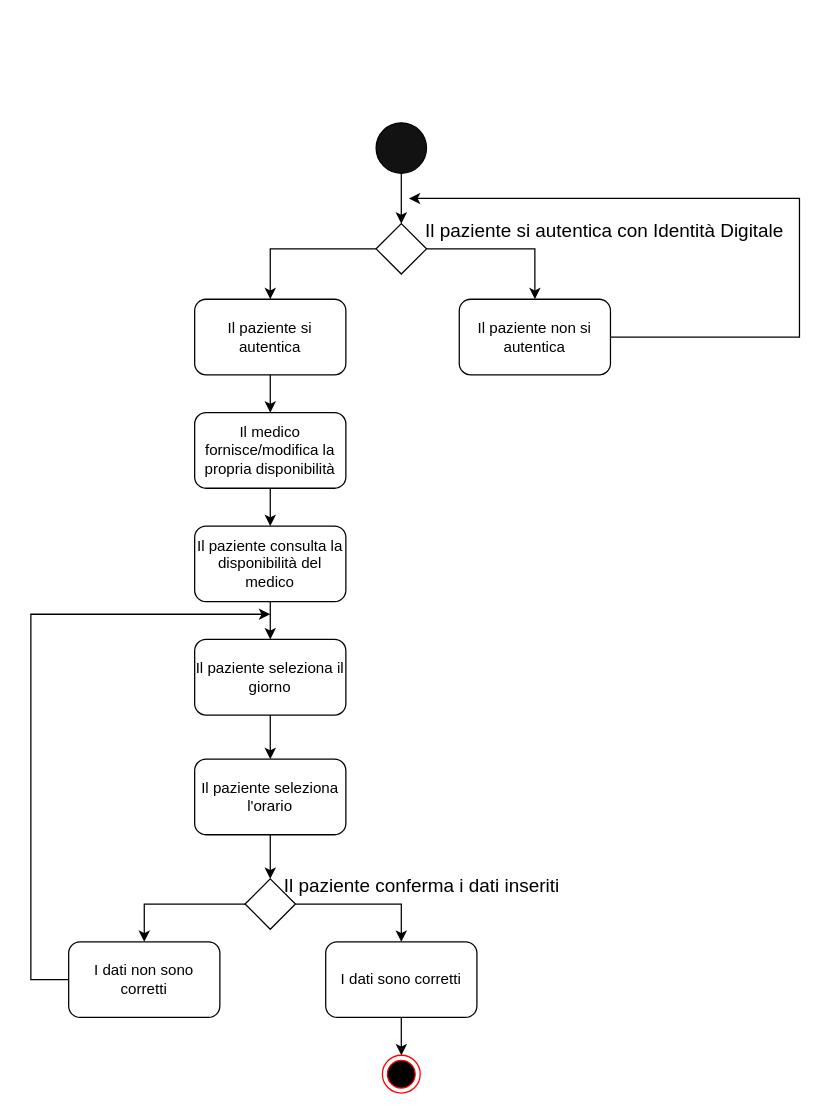
The draw.io diagram page "activity" (2 of 5) of DiagrammiMedSync.drawio in frncscrlnd/MedSync-Sistema-di-Gestione-Appuntamenti-e-Documentazione-Medica, before the edit. Source tidied: cells renumbered, new cells numbered last; positions are measured from the earlier drawing's top-left corner, leaving out a move shared by most shapes. Both pictures are drawn from the tidied source at 126%, with x=0, y=0 at pixel (30, 122).
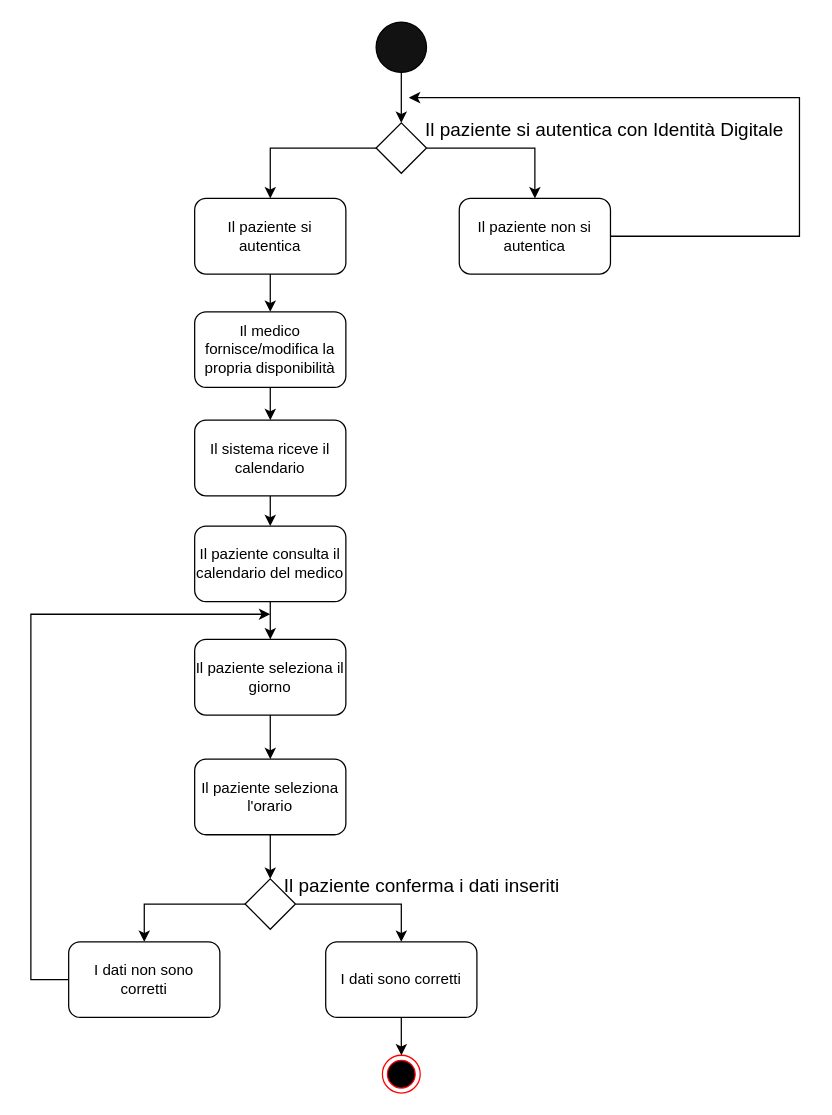
The same diagram, later.

Change to the diagram source:
```diff
@@
     <mxCell id="4" style="ellipse;whiteSpace=wrap;html=1;fillColor=#121212;" parent="1" vertex="1">
-      <mxGeometry x="274" width="40" height="40" as="geometry" />
+      <mxGeometry x="274" y="-80" width="40" height="40" as="geometry" />
     </mxCell>
@@
     <mxCell id="11" style="rhombus;whiteSpace=wrap;html=1;" parent="1" vertex="1">
-      <mxGeometry x="274" y="80" width="40" height="40" as="geometry" />
+      <mxGeometry x="274" width="40" height="40" as="geometry" />
     </mxCell>
     <mxCell id="12" value="&lt;font style=&quot;font-size: 15px;&quot;&gt;Il paziente si autentica con Identità Digitale&lt;/font&gt;" style="text;html=1;align=center;verticalAlign=middle;strokeColor=none;fillColor=none;" parent="1" vertex="1">
-      <mxGeometry x="300" y="70" width="310" height="30" as="geometry" />
+      <mxGeometry x="300" y="-10" width="310" height="30" as="geometry" />
     </mxCell>
@@
     <mxCell id="14" value="Il paziente si autentica" style="rounded=1;whiteSpace=wrap;html=1;" parent="1" vertex="1">
-      <mxGeometry x="130" y="140" width="120" height="60" as="geometry" />
+      <mxGeometry x="130" y="60" width="120" height="60" as="geometry" />
     </mxCell>
     <mxCell id="15" style="edgeStyle=orthogonalEdgeStyle;rounded=0;jettySize=auto;html=1;" parent="1" edge="1" source="16">
       <mxGeometry relative="1" as="geometry">
-        <mxPoint x="300" y="60" as="targetPoint" />
+        <mxPoint x="300" y="-20" as="targetPoint" />
         <Array as="points">
-          <mxPoint x="610" y="170" />
-          <mxPoint x="610" y="60" />
-          <mxPoint x="301" y="60" />
+          <mxPoint x="610" y="90" />
+          <mxPoint x="610" y="-20" />
+          <mxPoint x="301" y="-20" />
         </Array>
       </mxGeometry>
     </mxCell>
     <mxCell id="16" value="Il paziente non si autentica" style="rounded=1;whiteSpace=wrap;html=1;" parent="1" vertex="1">
-      <mxGeometry x="340" y="140" width="120" height="60" as="geometry" />
+      <mxGeometry x="340" y="60" width="120" height="60" as="geometry" />
     </mxCell>
@@
-    <mxCell id="18" value="Il paziente consulta la disponibilità del medico" style="rounded=1;whiteSpace=wrap;html=1;" parent="1" vertex="1">
+    <mxCell id="18" value="Il paziente consulta il calendario del medico" style="rounded=1;whiteSpace=wrap;html=1;" parent="1" vertex="1">
       <mxGeometry x="130" y="320" width="120" height="60" as="geometry" />
     </mxCell>
-    <mxCell id="19" style="edgeStyle=orthogonalEdgeStyle;rounded=0;jettySize=auto;html=1;" parent="1" edge="1" source="20" target="18">
-      <mxGeometry relative="1" as="geometry" />
-    </mxCell>
+    <mxCell id="29" style="edgeStyle=orthogonalEdgeStyle;rounded=0;jettySize=auto;html=1;" parent="1" edge="1" source="20" target="31">
+      <mxGeometry relative="1" as="geometry" />
+    </mxCell>
     <mxCell id="20" value="Il medico fornisce/modifica la propria disponibilità" style="rounded=1;whiteSpace=wrap;html=1;" parent="1" vertex="1">
-      <mxGeometry x="130" y="230" width="120" height="60" as="geometry" />
+      <mxGeometry x="130" y="150" width="120" height="60" as="geometry" />
     </mxCell>
@@
+    <mxCell id="30" style="edgeStyle=orthogonalEdgeStyle;rounded=0;jettySize=auto;html=1;" parent="1" edge="1" source="31" target="18">
+      <mxGeometry relative="1" as="geometry" />
+    </mxCell>
+    <mxCell id="31" value="Il sistema riceve il calendario" style="rounded=1;whiteSpace=wrap;html=1;" parent="1" vertex="1">
+      <mxGeometry x="130" y="236" width="120" height="60" as="geometry" />
+    </mxCell>
```
